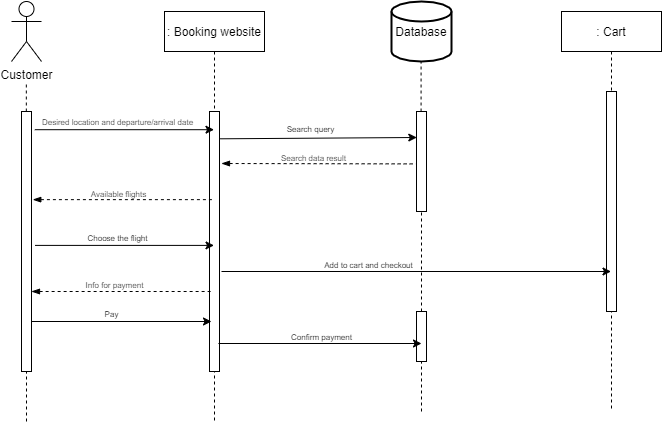
The draw.io diagram UML Examples/North American Airports System/Airports System Sequence Diagram.png in smitbmx/Architecture-Diagrams, before a commit. Source tidied: cells renumbered, new cells last; positions are measured from the earlier drawing's top-left corner, leaving out a move shared by most shapes.
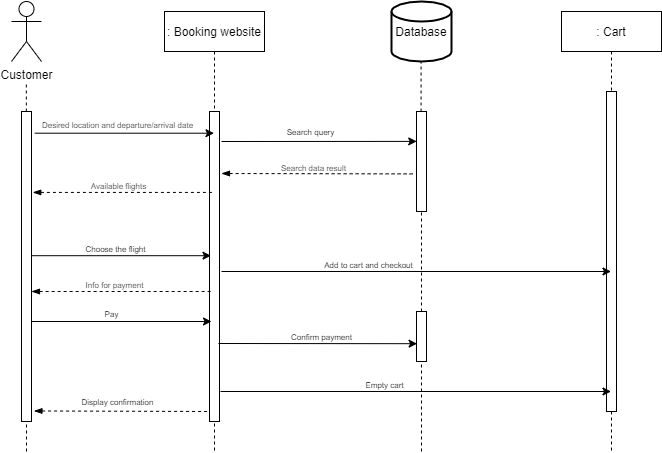
The same file after the commit.

Change to the diagram source:
```diff
@@ -3,10 +3,10 @@
     <mxCell id="0" />
     <mxCell id="1" parent="0" />
     <mxCell id="2" value=": Booking website" style="shape=umlLifeline;perimeter=lifelinePerimeter;rounded=0;shadow=0;strokeWidth=1;" parent="1" vertex="1">
-      <mxGeometry x="153" y="10" width="100" height="410" as="geometry" />
+      <mxGeometry x="153" y="10" width="100" height="440" as="geometry" />
     </mxCell>
     <mxCell id="3" style="points=[];perimeter=orthogonalPerimeter;rounded=0;shadow=0;strokeWidth=1;" parent="2" vertex="1">
-      <mxGeometry x="45" y="100" width="10" height="260" as="geometry" />
+      <mxGeometry x="45" y="100" width="10" height="310" as="geometry" />
     </mxCell>
     <mxCell id="4" value="Customer" style="shape=umlActor;verticalLabelPosition=bottom;verticalAlign=top;html=1;" parent="1" vertex="1">
       <mxGeometry width="30" height="60" as="geometry" />
@@ -17,10 +17,10 @@
       </mxGeometry>
     </mxCell>
     <mxCell id="6" value=": Cart" style="shape=umlLifeline;perimeter=lifelinePerimeter;rounded=0;shadow=0;strokeWidth=1;" parent="1" vertex="1">
-      <mxGeometry x="550" y="10" width="100" height="400" as="geometry" />
+      <mxGeometry x="550" y="10" width="100" height="440" as="geometry" />
     </mxCell>
     <mxCell id="7" style="perimeter=orthogonalPerimeter;rounded=0;shadow=0;strokeWidth=1;" parent="6" vertex="1">
-      <mxGeometry x="45" y="80" width="10" height="220" as="geometry" />
+      <mxGeometry x="45" y="80" width="10" height="320" as="geometry" />
     </mxCell>
     <mxCell id="8" value="Database" style="strokeWidth=2;html=1;shape=mxgraph.flowchart.database;whiteSpace=wrap;" parent="1" vertex="1">
       <mxGeometry x="380" width="60" height="60" as="geometry" />
@@ -31,11 +31,11 @@
       </mxGeometry>
     </mxCell>
     <mxCell id="10" style="points=[];perimeter=orthogonalPerimeter;rounded=0;shadow=0;strokeWidth=1;" parent="1" vertex="1">
-      <mxGeometry x="10" y="110" width="10" height="260" as="geometry" />
+      <mxGeometry x="10" y="110" width="10" height="310" as="geometry" />
     </mxCell>
     <mxCell id="11" style="endArrow=none;dashed=1;html=1;" parent="1" edge="1" target="10">
       <mxGeometry relative="1" as="geometry">
-        <mxPoint x="15" y="420" as="sourcePoint" />
+        <mxPoint x="15" y="450" as="sourcePoint" />
       </mxGeometry>
     </mxCell>
     <mxCell id="12" style="endArrow=classic;html=1;exitX=1.333;exitY=0.07;exitDx=0;exitDy=0;exitPerimeter=0;" parent="1" edge="1" source="10" target="2">
@@ -52,17 +52,20 @@
     <mxCell id="15" style="endArrow=none;dashed=1;html=1;startArrow=none;" parent="1" edge="1" source="30" target="14">
       <mxGeometry relative="1" as="geometry" />
     </mxCell>
-    <mxCell id="16" style="endArrow=classic;html=1;fontSize=8;exitX=1.06;exitY=0.105;exitDx=0;exitDy=0;exitPerimeter=0;entryX=0.029;entryY=0.26;entryDx=0;entryDy=0;entryPerimeter=0;" parent="1" edge="1" source="3" target="14">
-      <mxGeometry relative="1" as="geometry" />
+    <mxCell id="16" style="endArrow=classic;html=1;fontSize=8;entryX=0.021;entryY=0.299;entryDx=0;entryDy=0;entryPerimeter=0;" parent="1" edge="1" target="14">
+      <mxGeometry relative="1" as="geometry">
+        <mxPoint x="210" y="140" as="sourcePoint" />
+      </mxGeometry>
     </mxCell>
     <mxCell id="17" value="Search query" style="edgeLabel;html=1;align=center;verticalAlign=middle;fontSize=8;" parent="16" vertex="1">
       <mxGeometry x="-0.09" relative="1" as="geometry">
         <mxPoint y="-9" as="offset" />
       </mxGeometry>
     </mxCell>
-    <mxCell id="18" style="endArrow=none;dashed=1;html=1;fontSize=8;entryX=-0.08;entryY=0.524;entryDx=0;entryDy=0;entryPerimeter=0;startArrow=blockThin;startFill=1;" parent="1" edge="1" target="14">
+    <mxCell id="18" style="endArrow=none;dashed=1;html=1;fontSize=8;entryX=-0.08;entryY=0.524;entryDx=0;entryDy=0;entryPerimeter=0;startArrow=blockThin;startFill=1;" parent="1" edge="1">
       <mxGeometry relative="1" as="geometry">
-        <mxPoint x="210" y="162" as="sourcePoint" />
+        <mxPoint x="210" y="172" as="sourcePoint" />
+        <mxPoint x="404.2" y="172.4" as="targetPoint" />
       </mxGeometry>
     </mxCell>
     <mxCell id="19" value="&lt;span style=&quot;color: rgb(31 , 31 , 31) ; font-family: &amp;#34;opensans&amp;#34; , &amp;#34;arial&amp;#34; , sans-serif&quot;&gt;Search data result&lt;/span&gt;" style="edgeLabel;html=1;align=center;verticalAlign=middle;fontSize=8;" parent="18" vertex="1">
@@ -70,16 +73,22 @@
         <mxPoint y="-7" as="offset" />
       </mxGeometry>
     </mxCell>
-    <mxCell id="20" style="endArrow=none;dashed=1;html=1;fontSize=8;startArrow=blockThin;startFill=1;exitX=1.129;exitY=0.339;exitDx=0;exitDy=0;exitPerimeter=0;" parent="1" edge="1" source="10" target="2">
-      <mxGeometry relative="1" as="geometry" />
+    <mxCell id="20" style="endArrow=none;dashed=1;html=1;fontSize=8;startArrow=blockThin;startFill=1;exitX=1.129;exitY=0.339;exitDx=0;exitDy=0;exitPerimeter=0;" parent="1" edge="1">
+      <mxGeometry relative="1" as="geometry">
+        <mxPoint x="21.3" y="190.9" as="sourcePoint" />
+        <mxPoint x="202.5" y="190.9" as="targetPoint" />
+      </mxGeometry>
     </mxCell>
     <mxCell id="21" value="&lt;span style=&quot;color: rgb(31 , 31 , 31) ; font-family: &amp;#34;opensans&amp;#34; , &amp;#34;arial&amp;#34; , sans-serif&quot;&gt;Available flights&lt;/span&gt;" style="edgeLabel;html=1;align=center;verticalAlign=middle;fontSize=8;" parent="20" vertex="1">
       <mxGeometry x="-0.06" y="-1" relative="1" as="geometry">
         <mxPoint y="-7" as="offset" />
       </mxGeometry>
     </mxCell>
-    <mxCell id="22" style="endArrow=classic;html=1;fontSize=8;exitX=1.357;exitY=0.515;exitDx=0;exitDy=0;exitPerimeter=0;" parent="1" edge="1" source="10" target="2">
-      <mxGeometry relative="1" as="geometry" />
+    <mxCell id="22" style="endArrow=classic;html=1;fontSize=8;exitX=1.357;exitY=0.515;exitDx=0;exitDy=0;exitPerimeter=0;" parent="1" edge="1">
+      <mxGeometry relative="1" as="geometry">
+        <mxPoint x="20.6" y="254.2" as="sourcePoint" />
+        <mxPoint x="199.5" y="254.2" as="targetPoint" />
+      </mxGeometry>
     </mxCell>
     <mxCell id="23" value="Choose the flight" style="edgeLabel;html=1;align=center;verticalAlign=middle;fontSize=8;" parent="22" vertex="1">
       <mxGeometry x="-0.07" relative="1" as="geometry">
@@ -123,10 +132,10 @@
     </mxCell>
     <mxCell id="31" style="endArrow=none;dashed=1;html=1;" parent="1" edge="1" target="30">
       <mxGeometry relative="1" as="geometry">
-        <mxPoint x="410" y="410" as="sourcePoint" />
+        <mxPoint x="410" y="450" as="sourcePoint" />
       </mxGeometry>
     </mxCell>
-    <mxCell id="32" style="endArrow=classic;html=1;fontSize=8;entryX=0.5;entryY=0.64;entryDx=0;entryDy=0;entryPerimeter=0;" parent="1" edge="1" target="30">
+    <mxCell id="32" style="endArrow=classic;html=1;fontSize=8;entryX=0.055;entryY=0.644;entryDx=0;entryDy=0;entryPerimeter=0;" parent="1" edge="1" target="30">
       <mxGeometry relative="1" as="geometry">
         <mxPoint x="206.9" y="342" as="sourcePoint" />
       </mxGeometry>
@@ -134,5 +143,25 @@
     <mxCell id="33" value="Confirm payment" style="text;html=1;align=center;verticalAlign=middle;strokeColor=none;fontSize=8;" parent="1" vertex="1">
       <mxGeometry x="270" y="326" width="80" height="20" as="geometry" />
     </mxCell>
+    <mxCell id="34" style="endArrow=classic;html=1;fontSize=8;" parent="1" edge="1" target="6">
+      <mxGeometry relative="1" as="geometry">
+        <mxPoint x="209" y="390" as="sourcePoint" />
+      </mxGeometry>
+    </mxCell>
+    <mxCell id="35" value="Empty cart" style="edgeLabel;html=1;align=center;verticalAlign=middle;fontSize=8;" parent="34" vertex="1">
+      <mxGeometry x="-0.16" relative="1" as="geometry">
+        <mxPoint y="-6" as="offset" />
+      </mxGeometry>
+    </mxCell>
+    <mxCell id="36" style="endArrow=none;dashed=1;html=1;fontSize=8;exitX=1.245;exitY=0.966;exitDx=0;exitDy=0;exitPerimeter=0;startArrow=blockThin;startFill=1;" parent="1" edge="1" source="10">
+      <mxGeometry relative="1" as="geometry">
+        <mxPoint x="198" y="410" as="targetPoint" />
+      </mxGeometry>
+    </mxCell>
+    <mxCell id="37" value="Display confirmation" style="edgeLabel;html=1;align=center;verticalAlign=middle;fontSize=8;" parent="36" vertex="1">
+      <mxGeometry x="-0.1" y="-2" relative="1" as="geometry">
+        <mxPoint x="5" y="-11" as="offset" />
+      </mxGeometry>
+    </mxCell>
   </root>
 </mxGraphModel>
```
